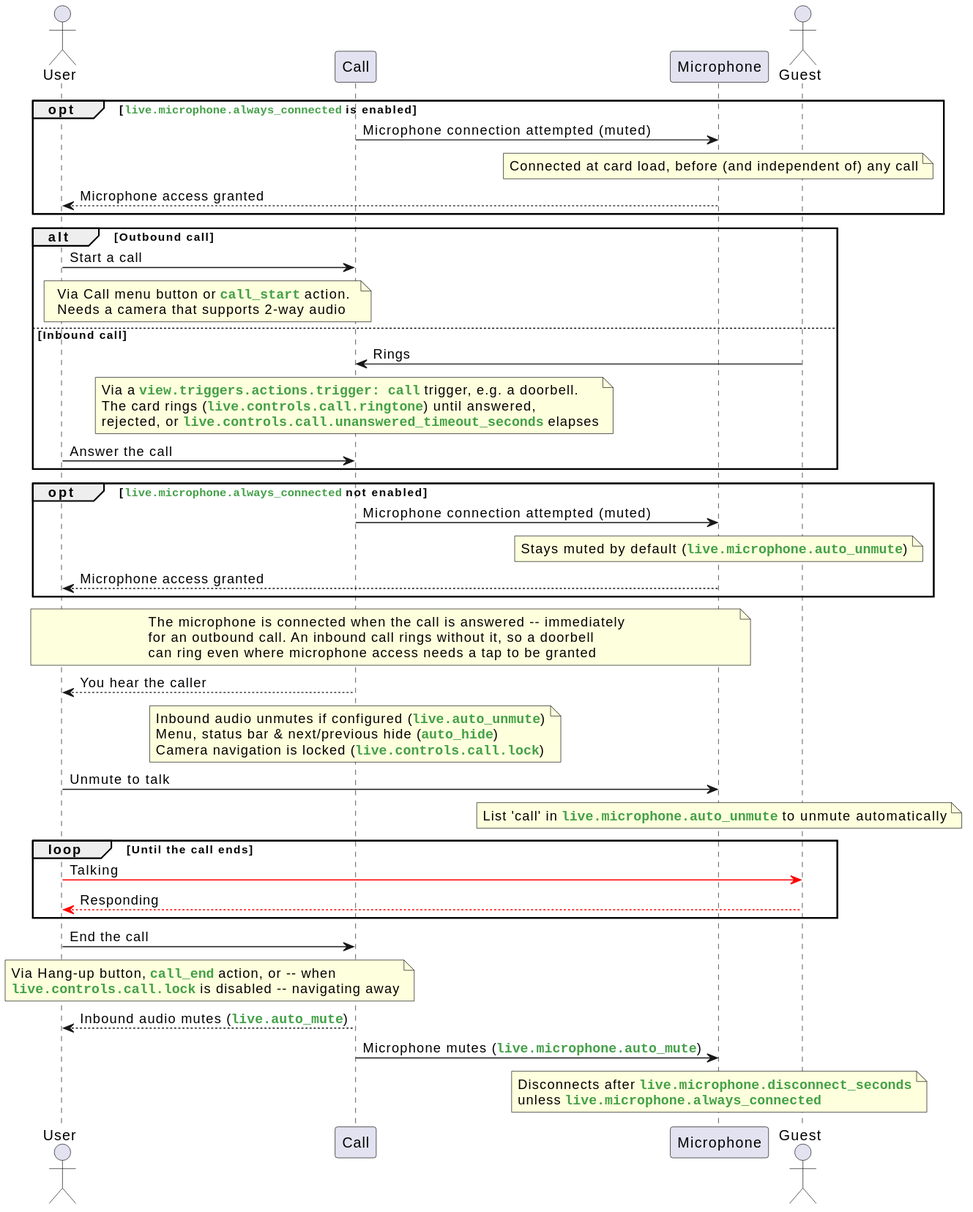
This is docs/images/call-sequence.svg from dermotduffy/advanced-camera-card, a PlantUML export, as it was before one commit.
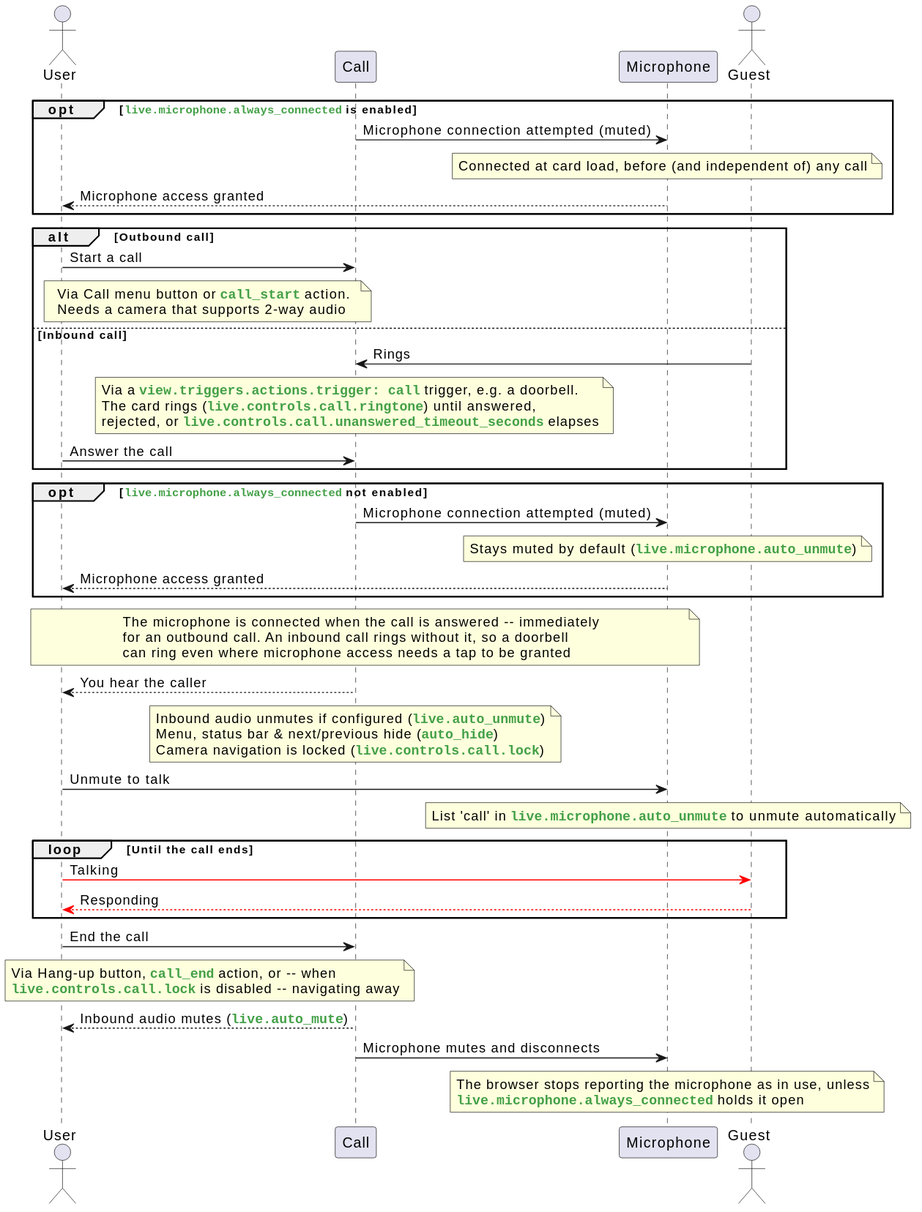
After the change.

Change to the diagram source:
```diff
@@ -62,9 +62,9 @@
 end note
 
 Card --> User : Inbound audio mutes (<color:#43a047>**""live.auto_mute""**</color>)
-Card -> Mic : Microphone mutes (<color:#43a047>**""live.microphone.auto_mute""**</color>)
+Card -> Mic : Microphone mutes and disconnects
 note over Mic
-  Disconnects after <color:#43a047>**""live.microphone.disconnect_seconds""**</color>
-  unless <color:#43a047>**""live.microphone.always_connected""**</color>
+  The browser stops reporting the microphone as in use, unless
+  <color:#43a047>**""live.microphone.always_connected""**</color> holds it open
 end note
 @enduml
```
